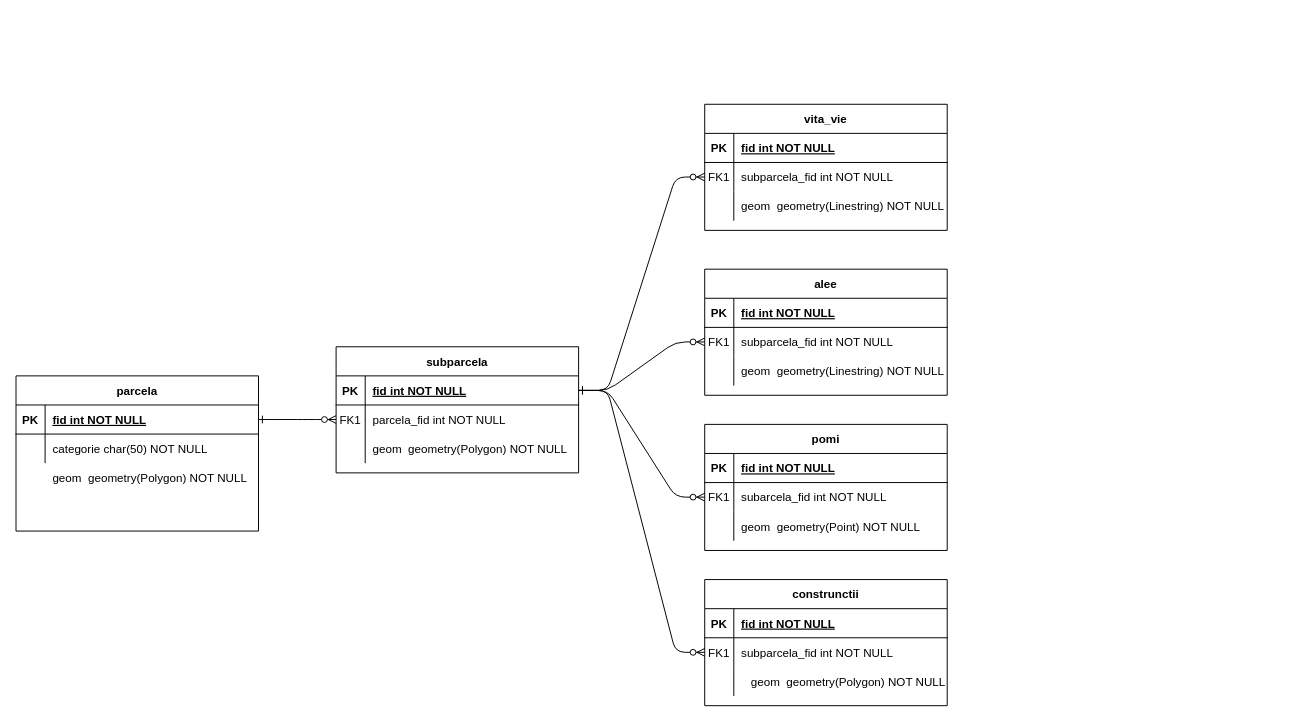
Earlier version of the draw.io diagram assignment.drawio (MecaAlex/sem_2_alex_meca). Source tidied: cells renumbered, new cells numbered last; positions are measured from the earlier drawing's top-left corner, leaving out a move shared by most shapes. Both pictures are drawn from the tidied source at 97%, with x=0, y=0 at pixel (16, 104).
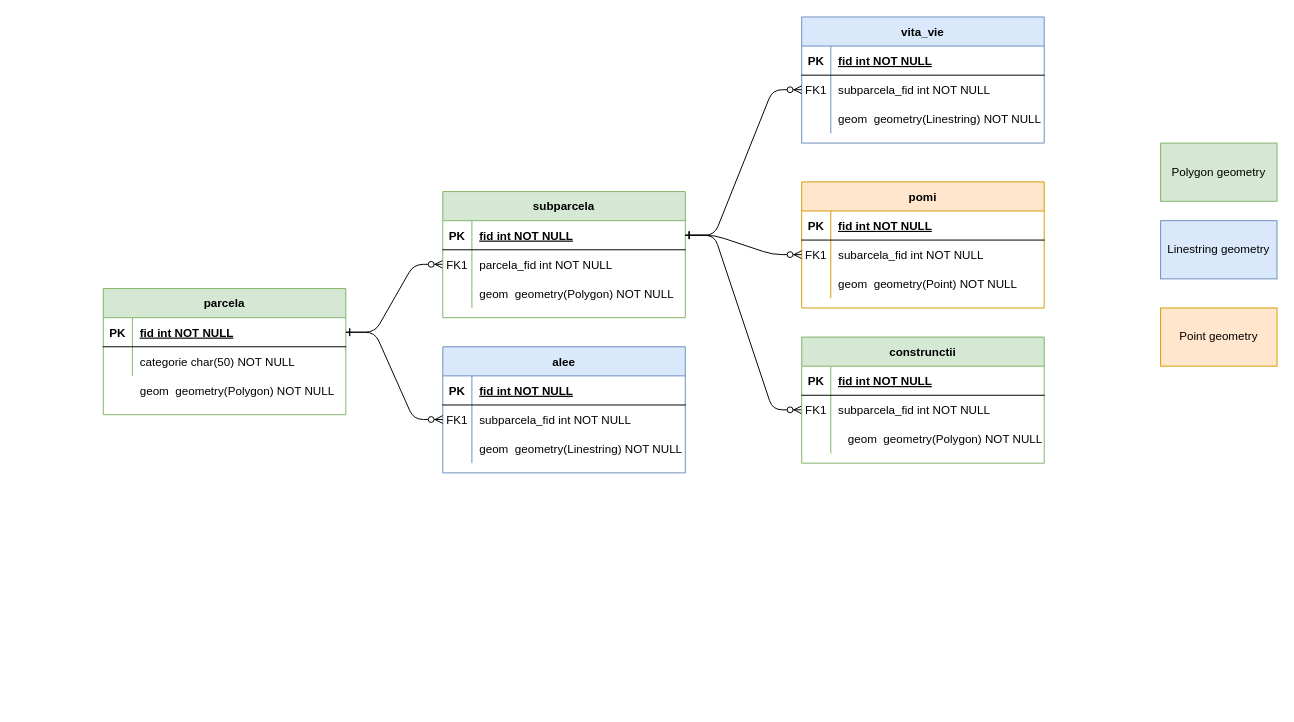
After the change.

The change refers to these unchanged cells:
```xml
<mxCell id="5" style="shape=partialRectangle;fillColor=none;points=[[0,0.5],[1,0.5]];portConstraint=eastwest;top=0;left=0;right=0;bottom=1;" parent="4" vertex="1">
  <mxGeometry y="30" width="250" height="30" as="geometry" />
</mxCell>
<mxCell id="25" style="shape=partialRectangle;fillColor=none;points=[[0,0.5],[1,0.5]];portConstraint=eastwest;top=0;left=0;right=0;bottom=1;" parent="24" vertex="1">
  <mxGeometry y="30" width="250" height="30" as="geometry" />
</mxCell>
<mxCell id="35" style="shape=partialRectangle;fillColor=none;points=[[0,0.5],[1,0.5]];portConstraint=eastwest;top=0;left=0;right=0;bottom=0;" parent="31" vertex="1">
  <mxGeometry y="60" width="250" height="30" as="geometry" />
</mxCell>
```

Diff of the diagram source:
```diff
@@
-    <mxCell id="4" value="subparcela" style="shape=table;startSize=30;childLayout=tableLayout;rowLines=0;fontStyle=1;align=center;" parent="1" vertex="1">
-      <mxGeometry x="330" y="250" width="250" height="130" as="geometry" />
+    <mxCell id="4" value="subparcela" style="shape=table;startSize=30;childLayout=tableLayout;rowLines=0;fontStyle=1;align=center;fillColor=#d5e8d4;strokeColor=#82b366;" parent="1" vertex="1">
+      <mxGeometry x="440" y="90" width="250" height="130" as="geometry" />
     </mxCell>
@@
-    <mxCell id="14" value="construnctii" style="shape=table;startSize=30;childLayout=tableLayout;rowLines=0;fontStyle=1;align=center;" parent="1" vertex="1">
-      <mxGeometry x="710" y="490" width="250" height="130" as="geometry" />
+    <mxCell id="14" value="construnctii" style="shape=table;startSize=30;childLayout=tableLayout;rowLines=0;fontStyle=1;align=center;fillColor=#d5e8d4;strokeColor=#82b366;" parent="1" vertex="1">
+      <mxGeometry x="810" y="240" width="250" height="130" as="geometry" />
     </mxCell>
@@
-    <mxCell id="24" value="parcela" style="shape=table;startSize=30;childLayout=tableLayout;rowLines=0;fontStyle=1;align=center;" parent="1" vertex="1">
-      <mxGeometry y="280" width="250" height="160" as="geometry" />
+    <mxCell id="24" value="parcela" style="shape=table;startSize=30;childLayout=tableLayout;rowLines=0;fontStyle=1;align=center;fillColor=#d5e8d4;strokeColor=#82b366;" parent="1" vertex="1">
+      <mxGeometry x="90" y="190" width="250" height="130" as="geometry" />
     </mxCell>
@@
-    <mxCell id="31" value="alee" style="shape=table;startSize=30;childLayout=tableLayout;rowLines=0;fontStyle=1;align=center;" parent="1" vertex="1">
-      <mxGeometry x="710" y="170" width="250" height="130" as="geometry" />
+    <mxCell id="31" value="alee" style="shape=table;startSize=30;childLayout=tableLayout;rowLines=0;fontStyle=1;align=center;fillColor=#dae8fc;strokeColor=#6c8ebf;" parent="1" vertex="1">
+      <mxGeometry x="440" y="250" width="250" height="130" as="geometry" />
     </mxCell>
@@
-    <mxCell id="41" style="edgeStyle=entityRelationEdgeStyle;endArrow=ERzeroToMany;startArrow=ERone;endFill=1;startFill=0;entryX=0;entryY=0.5;entryDx=0;entryDy=0;exitX=1;exitY=0.5;exitDx=0;exitDy=0;" parent="1" edge="1" source="5" target="35">
+    <mxCell id="41" style="edgeStyle=entityRelationEdgeStyle;endArrow=ERzeroToMany;startArrow=ERone;endFill=1;startFill=0;entryX=0;entryY=0.5;entryDx=0;entryDy=0;exitX=1;exitY=0.5;exitDx=0;exitDy=0;" parent="1" edge="1" source="25" target="35">
       <mxGeometry relative="1" as="geometry" />
     </mxCell>
-    <mxCell id="42" value="pomi" style="shape=table;startSize=30;childLayout=tableLayout;rowLines=0;fontStyle=1;align=center;" parent="1" vertex="1">
-      <mxGeometry x="710" y="330" width="250" height="130" as="geometry" />
+    <mxCell id="42" value="pomi" style="shape=table;startSize=30;childLayout=tableLayout;rowLines=0;fontStyle=1;align=center;fillColor=#ffe6cc;strokeColor=#d79b00;" parent="1" vertex="1">
+      <mxGeometry x="810" y="80" width="250" height="130" as="geometry" />
     </mxCell>
@@
-    <mxCell id="53" value="vita_vie" style="shape=table;startSize=30;childLayout=tableLayout;rowLines=0;fontStyle=1;align=center;" parent="1" vertex="1">
-      <mxGeometry x="710" width="250" height="130" as="geometry" />
+    <mxCell id="53" value="vita_vie" style="shape=table;startSize=30;childLayout=tableLayout;rowLines=0;fontStyle=1;align=center;fillColor=#dae8fc;strokeColor=#6c8ebf;" parent="1" vertex="1">
+      <mxGeometry x="810" y="-90" width="250" height="130" as="geometry" />
     </mxCell>
@@
     <mxCell id="64" value="geom  geometry(Polygon) NOT NULL" style="shape=partialRectangle;overflow=hidden;fillColor=none;top=0;left=0;bottom=0;right=0;align=left;spacingLeft=6;" parent="1" vertex="1">
-      <mxGeometry x="30" y="370" width="220" height="30" as="geometry" />
+      <mxGeometry x="120" y="280" width="220" height="30" as="geometry" />
     </mxCell>
     <mxCell id="65" value="geom  geometry(Polygon) NOT NULL" style="shape=partialRectangle;overflow=hidden;fillColor=none;top=0;left=0;bottom=0;right=0;align=left;spacingLeft=6;" parent="1" vertex="1">
-      <mxGeometry x="360" y="340" width="220" height="30" as="geometry" />
+      <mxGeometry x="470" y="180" width="220" height="30" as="geometry" />
     </mxCell>
     <mxCell id="66" value="geom  geometry(Polygon) NOT NULL" style="shape=partialRectangle;overflow=hidden;fillColor=none;top=0;left=0;bottom=0;right=0;align=left;spacingLeft=6;" parent="1" vertex="1">
-      <mxGeometry x="750" y="580" width="220" height="30" as="geometry" />
+      <mxGeometry x="850" y="330" width="220" height="30" as="geometry" />
     </mxCell>
     <mxCell id="67" value="geom  geometry(Point) NOT NULL" style="shape=partialRectangle;overflow=hidden;fillColor=none;top=0;left=0;bottom=0;right=0;align=left;spacingLeft=6;" parent="1" vertex="1">
-      <mxGeometry x="740" y="420" width="220" height="30" as="geometry" />
+      <mxGeometry x="840" y="170" width="220" height="30" as="geometry" />
     </mxCell>
     <mxCell id="68" value="geom  geometry(Linestring) NOT NULL" style="shape=partialRectangle;overflow=hidden;fillColor=none;top=0;left=0;bottom=0;right=0;align=left;spacingLeft=6;" parent="1" vertex="1">
-      <mxGeometry x="740" y="260" width="220" height="30" as="geometry" />
+      <mxGeometry x="470" y="340" width="220" height="30" as="geometry" />
     </mxCell>
     <mxCell id="69" value="geom  geometry(Linestring) NOT NULL" style="shape=partialRectangle;overflow=hidden;fillColor=none;top=0;left=0;bottom=0;right=0;align=left;spacingLeft=6;" parent="1" vertex="1">
-      <mxGeometry x="740" y="90" width="220" height="30" as="geometry" />
+      <mxGeometry x="840" width="220" height="30" as="geometry" />
     </mxCell>
+    <mxCell id="70" style="group;" parent="1" vertex="1">
+      <mxGeometry x="1180" y="40" width="120" height="230" as="geometry" />
+    </mxCell>
+    <mxCell id="71" value="Linestring geometry" style="rounded=0;whiteSpace=wrap;html=1;fillColor=#dae8fc;strokeColor=#6c8ebf;" parent="70" vertex="1">
+      <mxGeometry y="80" width="120" height="60" as="geometry" />
+    </mxCell>
+    <mxCell id="72" value="Polygon geometry" style="rounded=0;whiteSpace=wrap;html=1;fillColor=#d5e8d4;strokeColor=#82b366;" parent="70" vertex="1">
+      <mxGeometry width="120" height="60" as="geometry" />
+    </mxCell>
+    <mxCell id="73" value="Point geometry" style="rounded=0;whiteSpace=wrap;html=1;fillColor=#ffe6cc;strokeColor=#d79b00;" parent="70" vertex="1">
+      <mxGeometry y="170" width="120" height="60" as="geometry" />
+    </mxCell>
```
